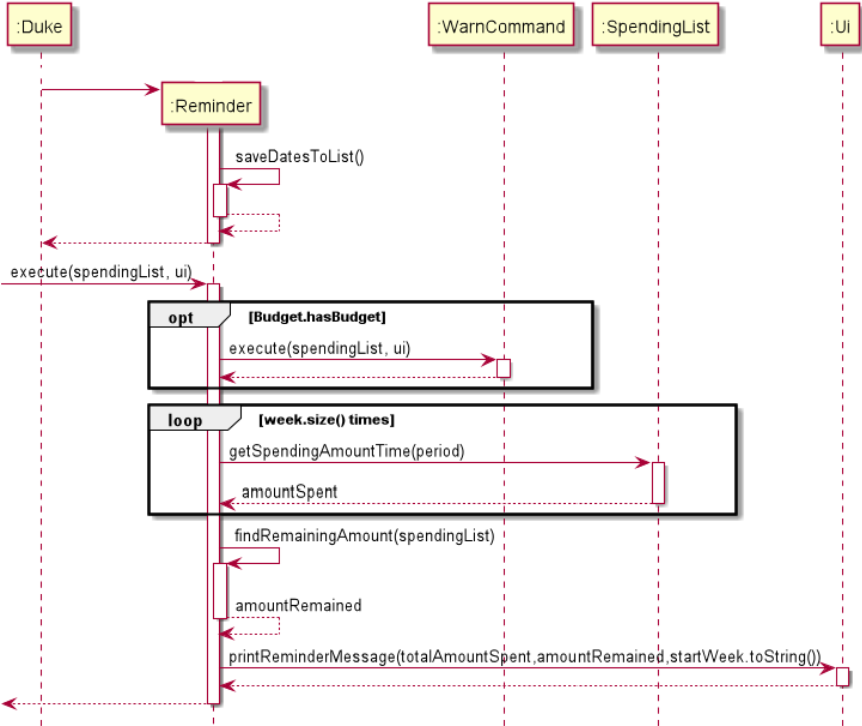
The PlantUML diagram docs/images/reminder.png in xieyaoyue/tp, before a commit. Its source is kept beside it as src/uml/sequence diagrams/reminder.puml.
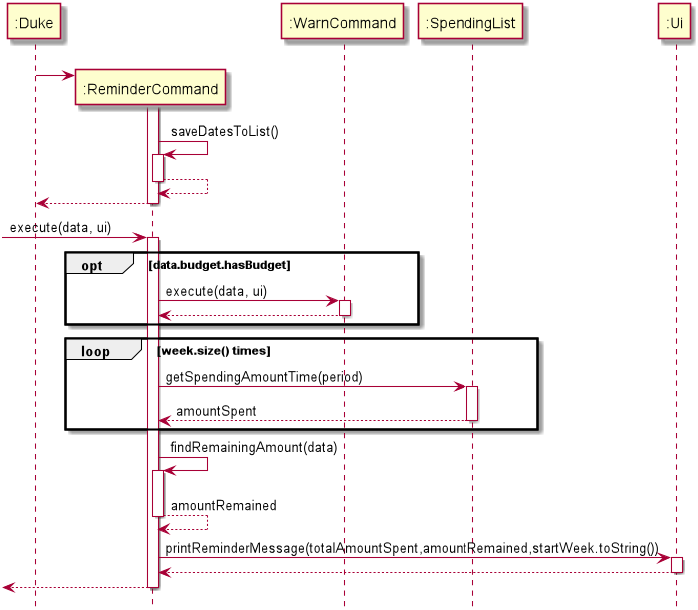
Above is the later version.

Change to the diagram source:
```diff
@@ -1,50 +1,50 @@
 @startuml
 hide footbox
 
-":Duke" -> ":Reminder"
-create ":Reminder"
-":Duke" -> ":Reminder"
-activate ":Reminder"
+":Duke" -> ":ReminderCommand"
+create ":ReminderCommand"
+":Duke" -> ":ReminderCommand"
+activate ":ReminderCommand"
 
-":Reminder" -> ":Reminder" : saveDatesToList()
-activate ":Reminder"
-":Reminder" --> ":Reminder"
-deactivate ":Reminder"
-":Reminder" --> ":Duke"
-deactivate ":Reminder"
+":ReminderCommand" -> ":ReminderCommand" : saveDatesToList()
+activate ":ReminderCommand"
+":ReminderCommand" --> ":ReminderCommand"
+deactivate ":ReminderCommand"
+":ReminderCommand" --> ":Duke"
+deactivate ":ReminderCommand"
 
 
-->":Reminder" : execute(spendingList, ui)
+->":ReminderCommand" : execute(data, ui)
 
-activate ":Reminder"
+activate ":ReminderCommand"
 
-opt Budget.hasBudget
-":Reminder" -> ":WarnCommand" : execute(spendingList, ui)
+opt data.budget.hasBudget
+":ReminderCommand" -> ":WarnCommand" : execute(data, ui)
 activate ":WarnCommand"
-":WarnCommand" --> ":Reminder"
+":WarnCommand" --> ":ReminderCommand"
 deactivate ":WarnCommand"
 end
 
 loop week.size() times
 
-":Reminder" -> ":SpendingList" : getSpendingAmountTime(period)
+":ReminderCommand" -> ":SpendingList" : getSpendingAmountTime(period)
 activate ":SpendingList"
-":SpendingList" --> ":Reminder" : amountSpent
+":SpendingList" --> ":ReminderCommand" : amountSpent
 deactivate ":SpendingList"
 
 end
 
-":Reminder" -> ":Reminder" : findRemainingAmount(spendingList)
-activate ":Reminder"
-":Reminder" --> ":Reminder" : amountRemained
-deactivate ":Reminder"
+":ReminderCommand" -> ":ReminderCommand" : findRemainingAmount(data)
+activate ":ReminderCommand"
+":ReminderCommand" --> ":ReminderCommand" : amountRemained
+deactivate ":ReminderCommand"
 
 
-":Reminder" -> ":Ui" : printReminderMessage(totalAmountSpent,amountRemained,startWeek.toString())
+":ReminderCommand" -> ":Ui" : printReminderMessage(totalAmountSpent,amountRemained,startWeek.toString())
 activate ":Ui"
-":Ui" --> ":Reminder"
+":Ui" --> ":ReminderCommand"
 deactivate ":Ui"
-<-- ":Reminder"
-deactivate ":Reminder"
+<-- ":ReminderCommand"
+deactivate ":ReminderCommand"
 
 @enduml
```
